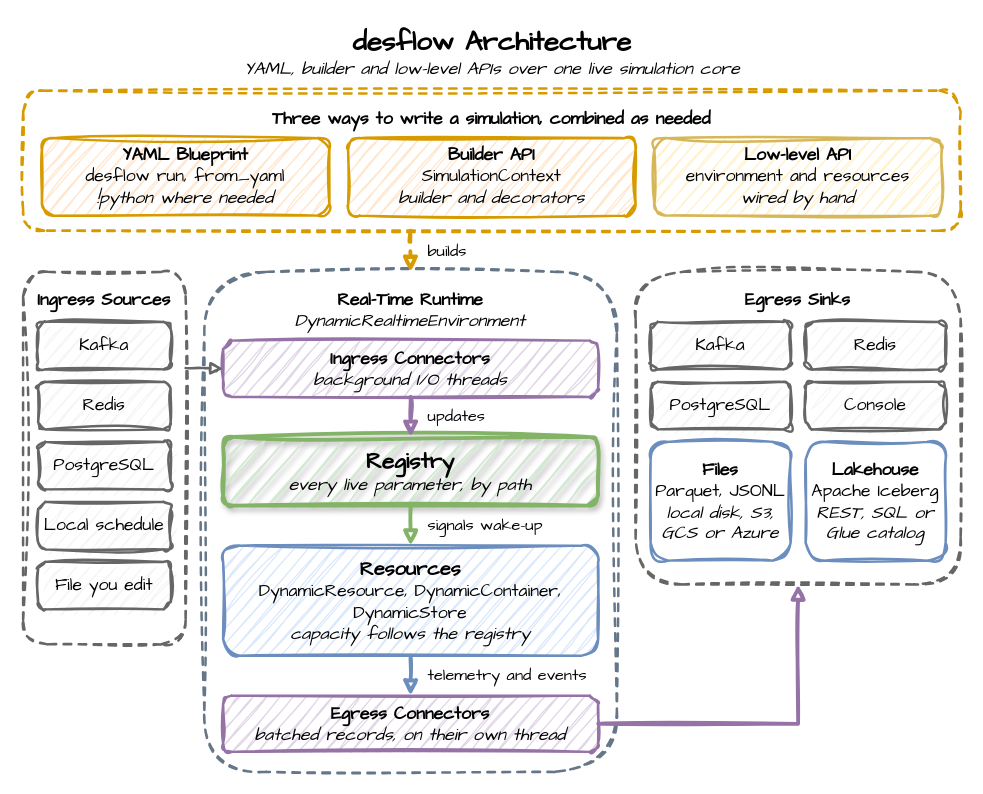
Earlier version of the draw.io diagram docs/assets/diagrams/architecture.drawio (jaehyeon-kim/desflow). Source tidied: cells renumbered, new cells numbered last; positions are measured from the earlier drawing's top-left corner, leaving out a move shared by most shapes. Both pictures are drawn from the tidied source at 125%, with x=0, y=0 at pixel (22, 21).
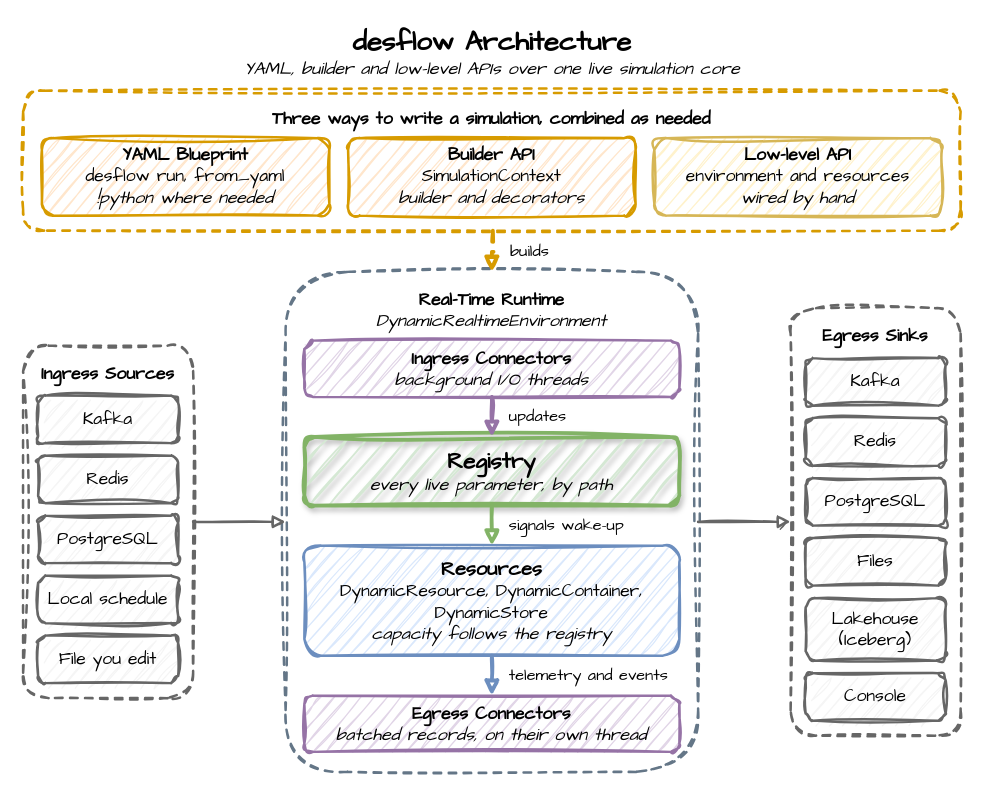
After the change.

Commit message (it also covers changes not shown here):
Redraw the architecture diagram: one column of sinks, even spacing, attached arrows

The change refers to these unchanged cells:
```xml
<mxCell id="3" value="&lt;b&gt;Three ways to write a simulation, combined as needed&lt;/b&gt;" style="rounded=1;whiteSpace=wrap;html=1;sketch=1;curveFitting=1;jiggle=2;fontFamily=Comic Sans MS;fontSize=14;strokeWidth=2;fillColor=none;dashed=1;verticalAlign=top;spacingTop=8;strokeColor=#d79b00;" parent="1" vertex="1">
  <mxGeometry y="55" width="750" height="112" as="geometry" />
</mxCell>
```

What changed in the source:
```diff
@@
     <mxCell id="7" value="&lt;b&gt;Real-Time Runtime&lt;/b&gt;&lt;br&gt;&lt;i&gt;DynamicRealtimeEnvironment&lt;/i&gt;" style="rounded=1;whiteSpace=wrap;html=1;sketch=1;curveFitting=1;jiggle=2;fontFamily=Comic Sans MS;fontSize=14;strokeWidth=2;fillColor=none;dashed=1;verticalAlign=top;spacingTop=8;strokeColor=#647687;align=center;" parent="1" vertex="1">
-      <mxGeometry x="145" y="200" width="330" height="400" as="geometry" />
+      <mxGeometry x="210" y="200" width="330" height="400" as="geometry" />
     </mxCell>
     <mxCell id="8" value="&lt;b&gt;Ingress Sources&lt;/b&gt;" style="rounded=1;whiteSpace=wrap;html=1;sketch=1;curveFitting=1;jiggle=2;fontFamily=Comic Sans MS;fontSize=14;strokeWidth=2;fillColor=none;dashed=1;verticalAlign=top;spacingTop=8;strokeColor=#666666;align=center;" parent="1" vertex="1">
-      <mxGeometry y="200" width="130" height="298" as="geometry" />
+      <mxGeometry y="259" width="136" height="282" as="geometry" />
     </mxCell>
     <mxCell id="9" value="Kafka" style="rounded=1;whiteSpace=wrap;html=1;sketch=1;curveFitting=1;jiggle=2;fontFamily=Comic Sans MS;fontSize=14;strokeWidth=2;fillColor=#f5f5f5;strokeColor=#666666;" parent="1" vertex="1">
-      <mxGeometry x="12" y="240" width="106" height="38" as="geometry" />
+      <mxGeometry x="12" y="299" width="112" height="38" as="geometry" />
     </mxCell>
     <mxCell id="10" value="Redis" style="rounded=1;whiteSpace=wrap;html=1;sketch=1;curveFitting=1;jiggle=2;fontFamily=Comic Sans MS;fontSize=14;strokeWidth=2;fillColor=#f5f5f5;strokeColor=#666666;" parent="1" vertex="1">
-      <mxGeometry x="12" y="288" width="106" height="38" as="geometry" />
+      <mxGeometry x="12" y="347" width="112" height="38" as="geometry" />
     </mxCell>
     <mxCell id="11" value="PostgreSQL" style="rounded=1;whiteSpace=wrap;html=1;sketch=1;curveFitting=1;jiggle=2;fontFamily=Comic Sans MS;fontSize=14;strokeWidth=2;fillColor=#f5f5f5;strokeColor=#666666;" parent="1" vertex="1">
-      <mxGeometry x="12" y="336" width="106" height="38" as="geometry" />
+      <mxGeometry x="12" y="395" width="112" height="38" as="geometry" />
     </mxCell>
     <mxCell id="12" value="Local schedule" style="rounded=1;whiteSpace=wrap;html=1;sketch=1;curveFitting=1;jiggle=2;fontFamily=Comic Sans MS;fontSize=14;strokeWidth=2;fillColor=#f5f5f5;strokeColor=#666666;" parent="1" vertex="1">
-      <mxGeometry x="12" y="384" width="106" height="38" as="geometry" />
+      <mxGeometry x="12" y="443" width="112" height="38" as="geometry" />
     </mxCell>
     <mxCell id="13" value="File you edit" style="rounded=1;whiteSpace=wrap;html=1;sketch=1;curveFitting=1;jiggle=2;fontFamily=Comic Sans MS;fontSize=14;strokeWidth=2;fillColor=#f5f5f5;strokeColor=#666666;" parent="1" vertex="1">
-      <mxGeometry x="12" y="432" width="106" height="38" as="geometry" />
+      <mxGeometry x="12" y="491" width="112" height="38" as="geometry" />
     </mxCell>
     <mxCell id="14" value="&lt;b&gt;Ingress Connectors&lt;/b&gt;&lt;br&gt;&lt;i&gt;background I/O threads&lt;/i&gt;" style="rounded=1;whiteSpace=wrap;html=1;sketch=1;curveFitting=1;jiggle=2;fontFamily=Comic Sans MS;fontSize=14;strokeWidth=2;fillColor=#e1d5e7;strokeColor=#9673a6;" parent="1" vertex="1">
-      <mxGeometry x="160" y="255" width="300" height="45" as="geometry" />
+      <mxGeometry x="225" y="255" width="300" height="45" as="geometry" />
     </mxCell>
     <mxCell id="15" value="&lt;b&gt;&lt;font style=&quot;font-size: 18px;&quot;&gt;Registry&lt;/font&gt;&lt;/b&gt;&lt;br&gt;&lt;i&gt;every live parameter, by path&lt;/i&gt;" style="rounded=1;whiteSpace=wrap;html=1;sketch=1;curveFitting=1;jiggle=2;fontFamily=Comic Sans MS;fontSize=14;strokeWidth=2;fillColor=#d5e8d4;strokeColor=#82b366;strokeWidth=3;shadow=1;" parent="1" vertex="1">
-      <mxGeometry x="160" y="332" width="300" height="55" as="geometry" />
+      <mxGeometry x="225" y="332" width="300" height="55" as="geometry" />
     </mxCell>
     <mxCell id="16" value="&lt;b&gt;&lt;font style=&quot;font-size: 16px;&quot;&gt;Resources&lt;/font&gt;&lt;/b&gt;&lt;br&gt;DynamicResource, DynamicContainer,&lt;br&gt;DynamicStore&lt;br&gt;&lt;i&gt;capacity follows the registry&lt;/i&gt;" style="rounded=1;whiteSpace=wrap;html=1;sketch=1;curveFitting=1;jiggle=2;fontFamily=Comic Sans MS;fontSize=14;strokeWidth=2;fillColor=#dae8fc;strokeColor=#6c8ebf;" parent="1" vertex="1">
-      <mxGeometry x="160" y="419" width="300" height="88" as="geometry" />
+      <mxGeometry x="225" y="419" width="300" height="88" as="geometry" />
     </mxCell>
     <mxCell id="17" value="&lt;b&gt;Egress Connectors&lt;/b&gt;&lt;br&gt;&lt;i&gt;batched records, on their own thread&lt;/i&gt;" style="rounded=1;whiteSpace=wrap;html=1;sketch=1;curveFitting=1;jiggle=2;fontFamily=Comic Sans MS;fontSize=14;strokeWidth=2;fillColor=#e1d5e7;strokeColor=#9673a6;" parent="1" vertex="1">
-      <mxGeometry x="160" y="539" width="300" height="45" as="geometry" />
+      <mxGeometry x="225" y="539" width="300" height="45" as="geometry" />
     </mxCell>
     <mxCell id="18" value="&lt;b&gt;Egress Sinks&lt;/b&gt;" style="rounded=1;whiteSpace=wrap;html=1;sketch=1;curveFitting=1;jiggle=2;fontFamily=Comic Sans MS;fontSize=14;strokeWidth=2;fillColor=none;dashed=1;verticalAlign=top;spacingTop=8;strokeColor=#666666;align=center;" parent="1" vertex="1">
-      <mxGeometry x="490" y="200" width="260" height="250" as="geometry" />
+      <mxGeometry x="614" y="229" width="136" height="342" as="geometry" />
     </mxCell>
     <mxCell id="19" value="Kafka" style="rounded=1;whiteSpace=wrap;html=1;sketch=1;curveFitting=1;jiggle=2;fontFamily=Comic Sans MS;fontSize=14;strokeWidth=2;fillColor=#f5f5f5;strokeColor=#666666;" parent="1" vertex="1">
-      <mxGeometry x="502" y="240" width="112" height="38" as="geometry" />
+      <mxGeometry x="626" y="269" width="112" height="38" as="geometry" />
     </mxCell>
     <mxCell id="20" value="Redis" style="rounded=1;whiteSpace=wrap;html=1;sketch=1;curveFitting=1;jiggle=2;fontFamily=Comic Sans MS;fontSize=14;strokeWidth=2;fillColor=#f5f5f5;strokeColor=#666666;" parent="1" vertex="1">
-      <mxGeometry x="626" y="240" width="112" height="38" as="geometry" />
+      <mxGeometry x="626" y="317" width="112" height="38" as="geometry" />
     </mxCell>
     <mxCell id="21" value="PostgreSQL" style="rounded=1;whiteSpace=wrap;html=1;sketch=1;curveFitting=1;jiggle=2;fontFamily=Comic Sans MS;fontSize=14;strokeWidth=2;fillColor=#f5f5f5;strokeColor=#666666;" parent="1" vertex="1">
-      <mxGeometry x="502" y="288" width="112" height="38" as="geometry" />
+      <mxGeometry x="626" y="365" width="112" height="38" as="geometry" />
     </mxCell>
     <mxCell id="22" value="Console" style="rounded=1;whiteSpace=wrap;html=1;sketch=1;curveFitting=1;jiggle=2;fontFamily=Comic Sans MS;fontSize=14;strokeWidth=2;fillColor=#f5f5f5;strokeColor=#666666;" parent="1" vertex="1">
-      <mxGeometry x="626" y="288" width="112" height="38" as="geometry" />
+      <mxGeometry x="626" y="521" width="112" height="38" as="geometry" />
     </mxCell>
-    <mxCell id="23" value="&lt;b&gt;Files&lt;/b&gt;&lt;br&gt;Parquet, JSONL&lt;br&gt;&lt;i&gt;local disk, S3, GCS or Azure&lt;/i&gt;" style="rounded=1;whiteSpace=wrap;html=1;sketch=1;curveFitting=1;jiggle=2;fontFamily=Comic Sans MS;fontSize=14;strokeWidth=2;fillColor=#ffffff;strokeColor=#6c8ebf;" parent="1" vertex="1">
-      <mxGeometry x="502" y="336" width="112" height="95" as="geometry" />
+    <mxCell id="23" value="Files" style="rounded=1;whiteSpace=wrap;html=1;sketch=1;curveFitting=1;jiggle=2;fontFamily=Comic Sans MS;fontSize=14;strokeWidth=2;fillColor=#f5f5f5;strokeColor=#666666;" parent="1" vertex="1">
+      <mxGeometry x="626" y="413" width="112" height="38" as="geometry" />
     </mxCell>
-    <mxCell id="24" value="&lt;b&gt;Lakehouse&lt;/b&gt;&lt;br&gt;Apache Iceberg&lt;br&gt;&lt;i&gt;REST, SQL or Glue catalog&lt;/i&gt;" style="rounded=1;whiteSpace=wrap;html=1;sketch=1;curveFitting=1;jiggle=2;fontFamily=Comic Sans MS;fontSize=14;strokeWidth=2;fillColor=#ffffff;strokeColor=#6c8ebf;" parent="1" vertex="1">
-      <mxGeometry x="626" y="336" width="112" height="95" as="geometry" />
+    <mxCell id="24" value="Lakehouse&lt;br&gt;(Iceberg)" style="rounded=1;whiteSpace=wrap;html=1;sketch=1;curveFitting=1;jiggle=2;fontFamily=Comic Sans MS;fontSize=14;strokeWidth=2;fillColor=#f5f5f5;strokeColor=#666666;" parent="1" vertex="1">
+      <mxGeometry x="626" y="461" width="112" height="50" as="geometry" />
     </mxCell>
-    <mxCell id="25" value="builds" style="edgeStyle=orthogonalEdgeStyle;rounded=0;sketch=1;html=1;strokeWidth=3;endArrow=block;fontFamily=Comic Sans MS;fontSize=13;labelBackgroundColor=#ffffff;align=left;strokeColor=#d79b00;dashed=1;exitDx=0;exitDy=0;entryDx=0;entryDy=0;exitX=0.413;exitY=1;entryX=0.5;entryY=0;" parent="1" edge="1" source="3" target="7">
+    <mxCell id="25" value="builds" style="edgeStyle=orthogonalEdgeStyle;rounded=0;sketch=1;html=1;strokeWidth=3;endArrow=block;fontFamily=Comic Sans MS;fontSize=13;labelBackgroundColor=#ffffff;align=left;strokeColor=#d79b00;dashed=1;exitDx=0;exitDy=0;entryDx=0;entryDy=0;exitX=0.413;exitY=1;entryX=0.5;entryY=0;" parent="1" edge="1" target="7">
       <mxGeometry relative="1" as="geometry">
+        <mxPoint x="375.8" y="167" as="sourcePoint" />
         <mxPoint x="12" as="offset" />
       </mxGeometry>
     </mxCell>
-    <mxCell id="26" style="edgeStyle=orthogonalEdgeStyle;rounded=0;sketch=1;html=1;strokeWidth=3;endArrow=block;fontFamily=Comic Sans MS;fontSize=13;labelBackgroundColor=#ffffff;strokeWidth=2;strokeColor=#666666;exitDx=0;exitDy=0;entryDx=0;entryDy=0;exitX=1;exitY=0.2584;entryX=0;entryY=0.5;" parent="1" edge="1" source="8" target="14">
+    <mxCell id="26" style="edgeStyle=orthogonalEdgeStyle;rounded=0;sketch=1;html=1;endArrow=block;fontFamily=Comic Sans MS;fontSize=13;labelBackgroundColor=#ffffff;strokeWidth=2;strokeColor=#666666;exitX=1;exitY=0.5;exitDx=0;exitDy=0;entryX=0;entryY=0.5;entryDx=0;entryDy=0;" parent="1" edge="1" source="8" target="7">
       <mxGeometry relative="1" as="geometry" />
     </mxCell>
@@
-    <mxCell id="30" style="edgeStyle=orthogonalEdgeStyle;rounded=0;sketch=1;html=1;strokeWidth=3;endArrow=block;fontFamily=Comic Sans MS;fontSize=13;labelBackgroundColor=#ffffff;strokeColor=#9673a6;exitDx=0;exitDy=0;entryDx=0;entryDy=0;exitX=1;exitY=0.5;entryX=0.5;entryY=1;" parent="1" edge="1" source="17" target="18">
+    <mxCell id="30" style="edgeStyle=orthogonalEdgeStyle;rounded=0;sketch=1;html=1;endArrow=block;fontFamily=Comic Sans MS;fontSize=13;labelBackgroundColor=#ffffff;strokeWidth=2;strokeColor=#666666;exitX=1;exitY=0.5;exitDx=0;exitDy=0;entryX=0;entryY=0.5;entryDx=0;entryDy=0;" parent="1" edge="1" source="7" target="18">
       <mxGeometry relative="1" as="geometry" />
     </mxCell>
```
